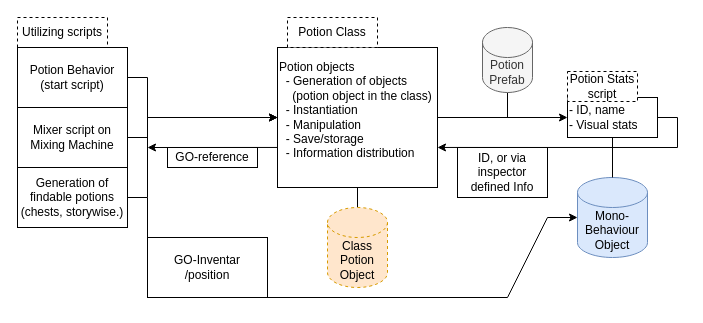
This is RoughProgramScheme.drawio from Bizbalt/FinalSolution, a draw.io file, before an edit. Source tidied: cells renumbered, new cells numbered last; positions are measured from the earlier drawing's top-left corner, leaving out a move shared by most shapes. Both pictures are drawn from the tidied source at 100%, with x=0, y=0 at pixel (17, 17).
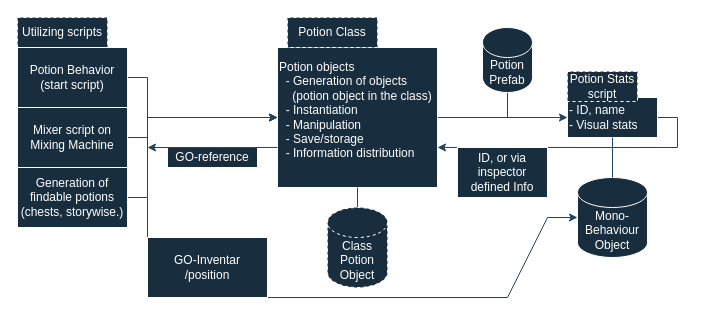
The same diagram, later.

What changed in the source:
```diff
@@
-    <mxCell id="2" style="edgeStyle=orthogonalEdgeStyle;rounded=0;jettySize=auto;html=1;exitX=1;exitY=0.5;exitDx=0;exitDy=0;entryX=0;entryY=0.5;entryDx=0;entryDy=0;" parent="1" edge="1" source="3" target="11">
+    <mxCell id="2" style="edgeStyle=orthogonalEdgeStyle;rounded=0;jettySize=auto;html=1;exitX=1;exitY=0.5;exitDx=0;exitDy=0;entryX=0;entryY=0.5;entryDx=0;entryDy=0;labelBackgroundColor=none;strokeColor=#23445D;fontColor=default;" parent="1" edge="1" source="3" target="11">
       <mxGeometry relative="1" as="geometry" />
     </mxCell>
-    <mxCell id="3" value="&lt;div align=&quot;left&quot;&gt;Potion objects&lt;/div&gt;&lt;div align=&quot;left&quot;&gt;&amp;nbsp; - Generation of objects&lt;/div&gt;&lt;div align=&quot;left&quot;&gt;&amp;nbsp;&amp;nbsp;&amp;nbsp; (potion object in the class)&lt;/div&gt;&lt;div align=&quot;left&quot;&gt;&amp;nbsp; - Instantiation&lt;br&gt;&lt;/div&gt;&lt;div align=&quot;left&quot;&gt;&amp;nbsp; - Manipulation&lt;/div&gt;&lt;div align=&quot;left&quot;&gt;&amp;nbsp; - Save/storage&lt;/div&gt;&lt;div align=&quot;left&quot;&gt;&amp;nbsp; - Information distribution&lt;br&gt;&lt;/div&gt;&lt;div align=&quot;left&quot;&gt;&lt;br&gt;&lt;/div&gt;" style="whiteSpace=wrap;html=1;align=left;" parent="1" vertex="1">
+    <mxCell id="3" value="&lt;div align=&quot;left&quot;&gt;Potion objects&lt;/div&gt;&lt;div align=&quot;left&quot;&gt;&amp;nbsp; - Generation of objects&lt;/div&gt;&lt;div align=&quot;left&quot;&gt;&amp;nbsp;&amp;nbsp;&amp;nbsp; (potion object in the class)&lt;/div&gt;&lt;div align=&quot;left&quot;&gt;&amp;nbsp; - Instantiation&lt;br&gt;&lt;/div&gt;&lt;div align=&quot;left&quot;&gt;&amp;nbsp; - Manipulation&lt;/div&gt;&lt;div align=&quot;left&quot;&gt;&amp;nbsp; - Save/storage&lt;/div&gt;&lt;div align=&quot;left&quot;&gt;&amp;nbsp; - Information distribution&lt;br&gt;&lt;/div&gt;&lt;div align=&quot;left&quot;&gt;&lt;br&gt;&lt;/div&gt;" style="whiteSpace=wrap;html=1;align=left;labelBackgroundColor=none;fillColor=#182E3E;strokeColor=#FFFFFF;fontColor=#FFFFFF;" parent="1" vertex="1">
       <mxGeometry x="260" y="30" width="160" height="140" as="geometry" />
     </mxCell>
-    <mxCell id="4" value="Potion Class" style="rounded=0;whiteSpace=wrap;html=1;strokeColor=default;dashed=1;" parent="1" vertex="1">
+    <mxCell id="4" value="Potion Class" style="rounded=0;whiteSpace=wrap;html=1;strokeColor=#FFFFFF;dashed=1;labelBackgroundColor=none;fillColor=#182E3E;fontColor=#FFFFFF;" parent="1" vertex="1">
       <mxGeometry x="270" width="90" height="30" as="geometry" />
     </mxCell>
-    <mxCell id="5" value="Utilizing scripts" style="rounded=0;whiteSpace=wrap;html=1;dashed=1;" parent="1" vertex="1">
+    <mxCell id="5" value="Utilizing scripts" style="rounded=0;whiteSpace=wrap;html=1;dashed=1;labelBackgroundColor=none;fillColor=#182E3E;strokeColor=#FFFFFF;fontColor=#FFFFFF;" parent="1" vertex="1">
       <mxGeometry width="90" height="30" as="geometry" />
     </mxCell>
-    <mxCell id="6" style="edgeStyle=orthogonalEdgeStyle;rounded=0;jettySize=auto;html=1;exitX=1;exitY=0.5;exitDx=0;exitDy=0;" parent="1" edge="1" source="7" target="3">
+    <mxCell id="6" style="edgeStyle=orthogonalEdgeStyle;rounded=0;jettySize=auto;html=1;exitX=1;exitY=0.5;exitDx=0;exitDy=0;labelBackgroundColor=none;strokeColor=#23445D;fontColor=default;" parent="1" edge="1" source="7" target="3">
       <mxGeometry relative="1" as="geometry">
         <Array as="points">
           <mxPoint x="130" y="60" />
           <mxPoint x="130" y="100" />
         </Array>
       </mxGeometry>
     </mxCell>
-    <mxCell id="7" value="&lt;div&gt;Potion Behavior&lt;/div&gt;&lt;div&gt;(start script)&lt;br&gt;&lt;/div&gt;" style="whiteSpace=wrap;html=1;" parent="1" vertex="1">
+    <mxCell id="7" value="&lt;div&gt;Potion Behavior&lt;/div&gt;&lt;div&gt;(start script)&lt;br&gt;&lt;/div&gt;" style="whiteSpace=wrap;html=1;labelBackgroundColor=none;fillColor=#182E3E;strokeColor=#FFFFFF;fontColor=#FFFFFF;" parent="1" vertex="1">
       <mxGeometry y="30" width="110" height="60" as="geometry" />
     </mxCell>
-    <mxCell id="8" style="edgeStyle=orthogonalEdgeStyle;rounded=0;jettySize=auto;html=1;exitX=1;exitY=0.5;exitDx=0;exitDy=0;entryX=0;entryY=0.5;entryDx=0;entryDy=0;" parent="1" edge="1" source="9" target="3">
+    <mxCell id="8" style="edgeStyle=orthogonalEdgeStyle;rounded=0;jettySize=auto;html=1;exitX=1;exitY=0.5;exitDx=0;exitDy=0;entryX=0;entryY=0.5;entryDx=0;entryDy=0;labelBackgroundColor=none;strokeColor=#23445D;fontColor=default;" parent="1" edge="1" source="9" target="3">
       <mxGeometry relative="1" as="geometry">
         <Array as="points">
           <mxPoint x="130" y="120" />
           <mxPoint x="130" y="100" />
         </Array>
       </mxGeometry>
     </mxCell>
-    <mxCell id="9" value="&lt;div&gt;Mixer script on &lt;br&gt;&lt;/div&gt;&lt;div&gt;Mixing Machine&lt;br&gt;&lt;/div&gt;" style="whiteSpace=wrap;html=1;" parent="1" vertex="1">
+    <mxCell id="9" value="&lt;div&gt;Mixer script on &lt;br&gt;&lt;/div&gt;&lt;div&gt;Mixing Machine&lt;br&gt;&lt;/div&gt;" style="whiteSpace=wrap;html=1;labelBackgroundColor=none;fillColor=#182E3E;strokeColor=#FFFFFF;fontColor=#FFFFFF;" parent="1" vertex="1">
       <mxGeometry y="90" width="110" height="60" as="geometry" />
     </mxCell>
-    <mxCell id="10" style="edgeStyle=orthogonalEdgeStyle;rounded=0;jettySize=auto;html=1;entryX=1;entryY=0.714;entryDx=0;entryDy=0;entryPerimeter=0;" parent="1" edge="1" source="11" target="3">
+    <mxCell id="10" style="edgeStyle=orthogonalEdgeStyle;rounded=0;jettySize=auto;html=1;entryX=1;entryY=0.714;entryDx=0;entryDy=0;entryPerimeter=0;labelBackgroundColor=none;strokeColor=#23445D;fontColor=default;" parent="1" edge="1" source="11" target="3">
       <mxGeometry relative="1" as="geometry">
         <Array as="points">
           <mxPoint x="660" y="100" />
           <mxPoint x="660" y="130" />
         </Array>
       </mxGeometry>
     </mxCell>
-    <mxCell id="11" value="&lt;div align=&quot;left&quot;&gt;- ID, name&lt;br&gt;&lt;/div&gt;&lt;div align=&quot;left&quot;&gt;- Visual stats&lt;/div&gt;" style="whiteSpace=wrap;html=1;align=left;" parent="1" vertex="1">
+    <mxCell id="11" value="&lt;div align=&quot;left&quot;&gt;- ID, name&lt;br&gt;&lt;/div&gt;&lt;div align=&quot;left&quot;&gt;- Visual stats&lt;/div&gt;" style="whiteSpace=wrap;html=1;align=left;labelBackgroundColor=none;fillColor=#182E3E;strokeColor=#FFFFFF;fontColor=#FFFFFF;" parent="1" vertex="1">
       <mxGeometry x="550" y="80" width="90" height="40" as="geometry" />
     </mxCell>
-    <mxCell id="12" value="Potion Stats script" style="rounded=0;whiteSpace=wrap;html=1;strokeColor=default;dashed=1;" parent="1" vertex="1">
+    <mxCell id="12" value="Potion Stats script" style="rounded=0;whiteSpace=wrap;html=1;strokeColor=#FFFFFF;dashed=1;labelBackgroundColor=none;fillColor=#182E3E;fontColor=#FFFFFF;" parent="1" vertex="1">
       <mxGeometry x="550" y="54" width="70" height="30" as="geometry" />
     </mxCell>
-    <mxCell id="13" style="endArrow=none;html=1;rounded=0;" parent="1" edge="1" target="16">
+    <mxCell id="13" style="endArrow=none;html=1;rounded=0;labelBackgroundColor=none;strokeColor=#23445D;fontColor=default;" parent="1" edge="1" target="16">
       <mxGeometry relative="1" as="geometry">
         <mxPoint x="490" y="100" as="sourcePoint" />
       </mxGeometry>
     </mxCell>
-    <mxCell id="14" style="rounded=0;jettySize=auto;html=1;exitX=0.5;exitY=0;exitDx=0;exitDy=0;exitPerimeter=0;endArrow=none;endFill=0;" parent="1" edge="1" source="15" target="3">
+    <mxCell id="14" style="rounded=0;jettySize=auto;html=1;exitX=0.5;exitY=0;exitDx=0;exitDy=0;exitPerimeter=0;endArrow=none;endFill=0;labelBackgroundColor=none;strokeColor=#23445D;fontColor=default;" parent="1" edge="1" source="15" target="3">
       <mxGeometry relative="1" as="geometry" />
     </mxCell>
-    <mxCell id="15" value="&lt;div&gt;&lt;br&gt;&lt;/div&gt;&lt;div&gt;Class&lt;/div&gt;&lt;div&gt;Potion&lt;/div&gt;&lt;div&gt;Object&lt;br&gt;&lt;/div&gt;&lt;div&gt;&lt;br&gt;&lt;/div&gt;" style="shape=cylinder3;whiteSpace=wrap;html=1;boundedLbl=1;backgroundOutline=1;size=15;fillColor=#ffe6cc;strokeColor=#d79b00;dashed=1;" parent="1" vertex="1">
+    <mxCell id="15" value="&lt;div&gt;&lt;br&gt;&lt;/div&gt;&lt;div&gt;Class&lt;/div&gt;&lt;div&gt;Potion&lt;/div&gt;&lt;div&gt;Object&lt;br&gt;&lt;/div&gt;&lt;div&gt;&lt;br&gt;&lt;/div&gt;" style="shape=cylinder3;whiteSpace=wrap;html=1;boundedLbl=1;backgroundOutline=1;size=15;fillColor=#182E3E;strokeColor=#FFFFFF;dashed=1;labelBackgroundColor=none;fontColor=#FFFFFF;" parent="1" vertex="1">
       <mxGeometry x="310" y="190" width="60" height="80" as="geometry" />
     </mxCell>
-    <mxCell id="16" value="&lt;div&gt;Potion&lt;/div&gt;&lt;div&gt;Prefab&lt;br&gt;&lt;/div&gt;" style="shape=cylinder3;whiteSpace=wrap;html=1;boundedLbl=1;backgroundOutline=1;size=15;fillColor=#f5f5f5;strokeColor=#666666;fontColor=#333333;" parent="1" vertex="1">
+    <mxCell id="16" value="&lt;div&gt;Potion&lt;/div&gt;&lt;div&gt;Prefab&lt;br&gt;&lt;/div&gt;" style="shape=cylinder3;whiteSpace=wrap;html=1;boundedLbl=1;backgroundOutline=1;size=15;fillColor=#182E3E;strokeColor=#FFFFFF;fontColor=#FFFFFF;labelBackgroundColor=none;" parent="1" vertex="1">
       <mxGeometry x="465" y="10" width="50" height="65" as="geometry" />
     </mxCell>
-    <mxCell id="17" value="&lt;div&gt;&lt;br&gt;&lt;/div&gt;&lt;div&gt;Mono-&lt;/div&gt;&lt;div&gt;Behaviour&lt;br&gt;&lt;/div&gt;&lt;div&gt;Object&lt;br&gt;&lt;/div&gt;&lt;div&gt;&lt;br&gt;&lt;/div&gt;" style="shape=cylinder3;whiteSpace=wrap;html=1;boundedLbl=1;backgroundOutline=1;size=15;fillColor=#dae8fc;strokeColor=#6c8ebf;" parent="1" vertex="1">
+    <mxCell id="17" value="&lt;div&gt;&lt;br&gt;&lt;/div&gt;&lt;div&gt;Mono-&lt;/div&gt;&lt;div&gt;Behaviour&lt;br&gt;&lt;/div&gt;&lt;div&gt;Object&lt;br&gt;&lt;/div&gt;&lt;div&gt;&lt;br&gt;&lt;/div&gt;" style="shape=cylinder3;whiteSpace=wrap;html=1;boundedLbl=1;backgroundOutline=1;size=15;fillColor=#182E3E;strokeColor=#FFFFFF;labelBackgroundColor=none;fontColor=#FFFFFF;" parent="1" vertex="1">
       <mxGeometry x="560" y="160" width="70" height="80" as="geometry" />
     </mxCell>
-    <mxCell id="18" style="rounded=0;jettySize=auto;html=1;exitX=0.5;exitY=0;exitDx=0;exitDy=0;exitPerimeter=0;endArrow=none;endFill=0;" parent="1" edge="1" source="17">
+    <mxCell id="18" style="rounded=0;jettySize=auto;html=1;exitX=0.5;exitY=0;exitDx=0;exitDy=0;exitPerimeter=0;endArrow=none;endFill=0;labelBackgroundColor=none;strokeColor=#23445D;fontColor=default;" parent="1" edge="1" source="17">
       <mxGeometry relative="1" as="geometry">
         <mxPoint x="595" y="120" as="targetPoint" />
       </mxGeometry>
     </mxCell>
-    <mxCell id="19" style="edgeStyle=orthogonalEdgeStyle;rounded=0;jettySize=auto;html=1;exitX=1;exitY=0.5;exitDx=0;exitDy=0;entryX=0;entryY=0.5;entryDx=0;entryDy=0;" parent="1" edge="1" source="20" target="3">
+    <mxCell id="19" style="edgeStyle=orthogonalEdgeStyle;rounded=0;jettySize=auto;html=1;exitX=1;exitY=0.5;exitDx=0;exitDy=0;entryX=0;entryY=0.5;entryDx=0;entryDy=0;labelBackgroundColor=none;strokeColor=#23445D;fontColor=default;" parent="1" edge="1" source="20" target="3">
       <mxGeometry relative="1" as="geometry">
         <Array as="points">
           <mxPoint x="130" y="180" />
           <mxPoint x="130" y="100" />
         </Array>
       </mxGeometry>
     </mxCell>
-    <mxCell id="20" value="&lt;div&gt;Generation of&lt;/div&gt;&lt;div&gt;findable potions&lt;/div&gt;&lt;div&gt;(chests, storywise.)&lt;br&gt;&lt;/div&gt;" style="whiteSpace=wrap;html=1;" parent="1" vertex="1">
+    <mxCell id="20" value="&lt;div&gt;Generation of&lt;/div&gt;&lt;div&gt;findable potions&lt;/div&gt;&lt;div&gt;(chests, storywise.)&lt;br&gt;&lt;/div&gt;" style="whiteSpace=wrap;html=1;labelBackgroundColor=none;fillColor=#182E3E;strokeColor=#FFFFFF;fontColor=#FFFFFF;" parent="1" vertex="1">
       <mxGeometry y="150" width="110" height="60" as="geometry" />
     </mxCell>
-    <mxCell id="21" value="GO-reference" style="rounded=0;whiteSpace=wrap;html=1;" parent="1" vertex="1">
+    <mxCell id="21" value="GO-reference" style="rounded=0;whiteSpace=wrap;html=1;labelBackgroundColor=none;fillColor=#182E3E;strokeColor=#FFFFFF;fontColor=#FFFFFF;" parent="1" vertex="1">
       <mxGeometry x="150" y="130" width="90" height="20" as="geometry" />
     </mxCell>
-    <mxCell id="22" value="ID, or via inspector defined Info" style="rounded=0;whiteSpace=wrap;html=1;" parent="1" vertex="1">
+    <mxCell id="22" value="ID, or via inspector defined Info" style="rounded=0;whiteSpace=wrap;html=1;labelBackgroundColor=none;fillColor=#182E3E;strokeColor=#FFFFFF;fontColor=#FFFFFF;" parent="1" vertex="1">
       <mxGeometry x="440" y="130" width="90" height="50" as="geometry" />
     </mxCell>
-    <mxCell id="23" style="endArrow=classic;html=1;rounded=0;exitX=0;exitY=0.714;exitDx=0;exitDy=0;exitPerimeter=0;" parent="1" edge="1" source="3">
+    <mxCell id="23" style="endArrow=classic;html=1;rounded=0;exitX=0;exitY=0.714;exitDx=0;exitDy=0;exitPerimeter=0;labelBackgroundColor=none;strokeColor=#23445D;fontColor=default;" parent="1" edge="1" source="3">
       <mxGeometry relative="1" as="geometry">
         <mxPoint x="130" y="130" as="targetPoint" />
       </mxGeometry>
     </mxCell>
-    <mxCell id="24" style="endArrow=classic;html=1;rounded=0;entryX=0;entryY=0.5;entryDx=0;entryDy=0;entryPerimeter=0;" parent="1" edge="1" target="17">
+    <mxCell id="24" style="endArrow=classic;html=1;rounded=0;entryX=0;entryY=0.5;entryDx=0;entryDy=0;entryPerimeter=0;labelBackgroundColor=none;strokeColor=#23445D;fontColor=default;" parent="1" edge="1" target="17">
       <mxGeometry relative="1" as="geometry">
         <mxPoint x="130" y="180" as="sourcePoint" />
         <Array as="points">
           <mxPoint x="130" y="280" />
           <mxPoint x="490" y="280" />
           <mxPoint x="530" y="200" />
         </Array>
       </mxGeometry>
     </mxCell>
-    <mxCell id="25" value="&lt;div&gt;GO-Inventar&lt;/div&gt;&lt;div&gt;/position&lt;br&gt;&lt;/div&gt;" style="rounded=0;whiteSpace=wrap;html=1;" parent="1" vertex="1">
+    <mxCell id="25" value="&lt;div&gt;GO-Inventar&lt;/div&gt;&lt;div&gt;/position&lt;br&gt;&lt;/div&gt;" style="rounded=0;whiteSpace=wrap;html=1;labelBackgroundColor=none;fillColor=#182E3E;strokeColor=#FFFFFF;fontColor=#FFFFFF;" parent="1" vertex="1">
       <mxGeometry x="130" y="220" width="120" height="60" as="geometry" />
     </mxCell>
```
